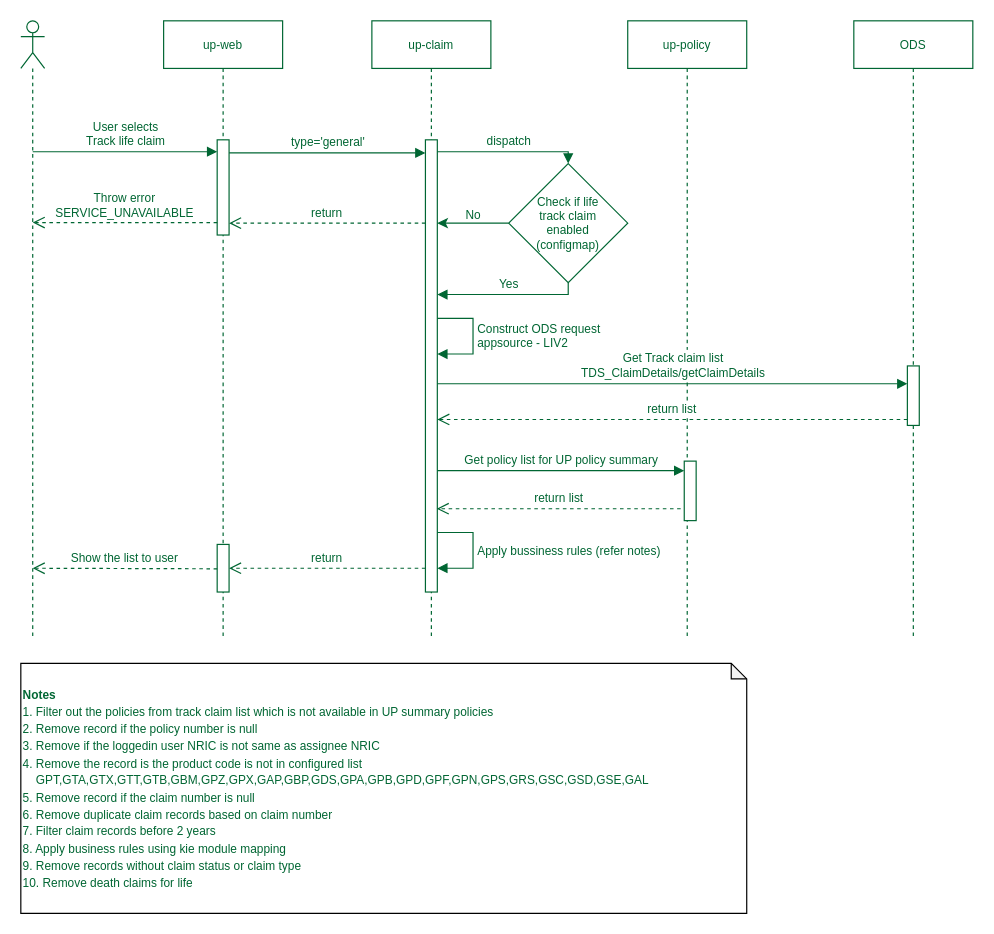
This is page "General" (2 of 3) of Track-claim.drawio from ajeeshraj56/drawio, a draw.io file, before an edit. Source tidied: cells renumbered, new cells numbered last; positions are measured from the earlier drawing's top-left corner, leaving out a move shared by most shapes. Both pictures are drawn from the tidied source at 119%, with x=0, y=0 at pixel (20, 20).
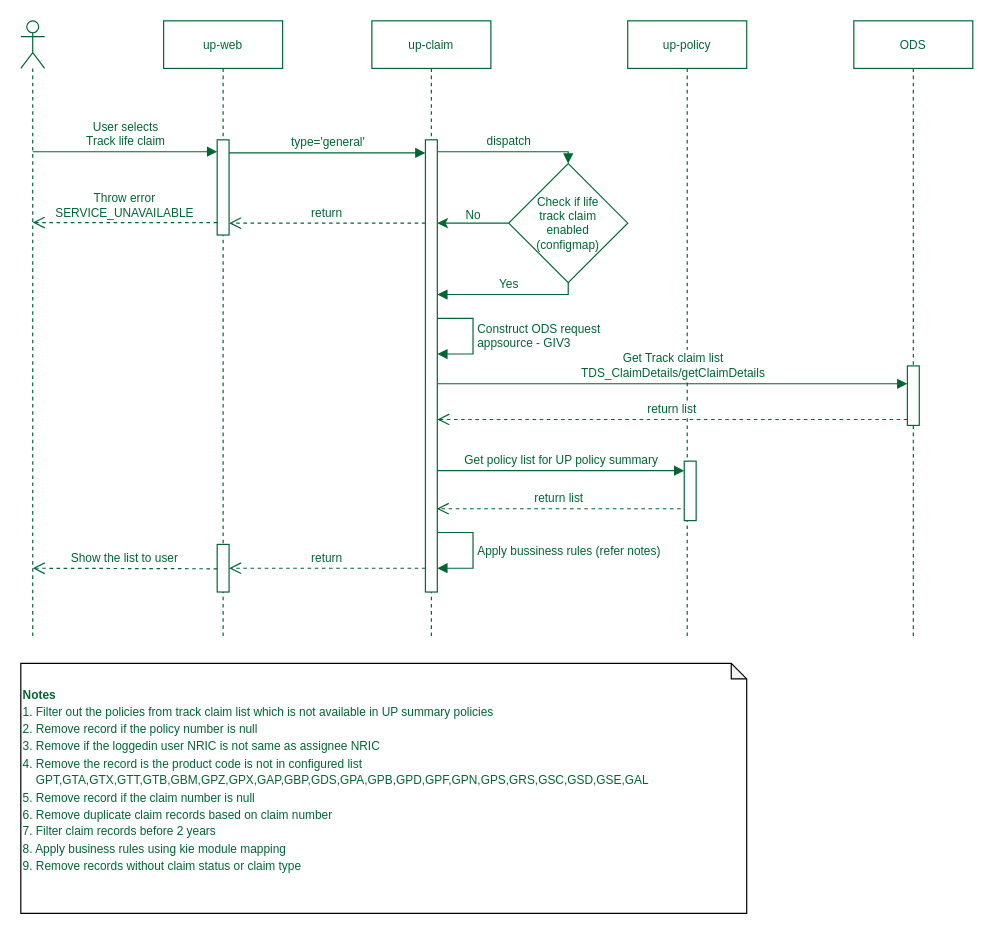
After the change.

The edit, as a diff of the source:
```diff
@@
-    <mxCell id="21" value="&lt;font style=&quot;font-size: 10px;&quot;&gt;Construct ODS request&lt;br style=&quot;font-size: 10px;&quot;&gt;appsource - LIV2&lt;/font&gt;" style="html=1;align=left;spacingLeft=2;endArrow=block;rounded=0;edgeStyle=orthogonalEdgeStyle;curved=0;rounded=0;strokeColor=#006633;fontColor=#006633;fontSize=10;" parent="1" edge="1">
+    <mxCell id="21" value="&lt;font style=&quot;font-size: 10px;&quot;&gt;Construct ODS request&lt;br style=&quot;font-size: 10px;&quot;&gt;appsource - GIV3&lt;/font&gt;" style="html=1;align=left;spacingLeft=2;endArrow=block;rounded=0;edgeStyle=orthogonalEdgeStyle;curved=0;rounded=0;strokeColor=#006633;fontColor=#006633;fontSize=10;" parent="1" edge="1">
       <mxGeometry relative="1" as="geometry">
         <mxPoint x="350" y="250" as="sourcePoint" />
         <mxPoint x="350" y="280" as="targetPoint" />
         <Array as="points">
           <mxPoint x="380" y="250" />
           <mxPoint x="380" y="280" />
         </Array>
       </mxGeometry>
     </mxCell>
@@
-    <mxCell id="29" value="&lt;font color=&quot;#006633&quot; style=&quot;font-size: 10px;&quot;&gt;&lt;b style=&quot;font-size: 10px;&quot;&gt;Notes&lt;/b&gt;&lt;br&gt;&lt;font style=&quot;font-size: 10px;&quot;&gt;1. Filter out the policies from track claim list whi&lt;span style=&quot;background-color: rgb(255, 255, 255);&quot;&gt;ch is not available in UP summary policies&lt;/span&gt;&lt;br style=&quot;border-color: var(--border-color); background-color: rgb(255, 255, 255);&quot;&gt;&lt;span style=&quot;background-color: rgb(255, 255, 255);&quot;&gt;2. Remove record if the policy number is null&lt;/span&gt;&lt;/font&gt;&lt;br&gt;&lt;span style=&quot;font-size: 10px;&quot;&gt;3. Remove if the loggedin user NRIC is not same as assignee NRIC&lt;/span&gt;&lt;br&gt;&lt;span style=&quot;font-size: 10px;&quot;&gt;4. Remove the record is the product code is not in configured list&lt;/span&gt;&lt;br&gt;&lt;span style=&quot;font-size: 10px;&quot;&gt;&amp;nbsp; &amp;nbsp; GPT,GTA,GTX,GTT,GTB,GBM,GPZ,GPX,GAP,GBP,GDS,GPA,GPB,GPD,GPF,GPN,GPS,GRS,GSC,GSD,GSE,GAL&lt;/span&gt;&lt;br&gt;&lt;span style=&quot;font-size: 10px;&quot;&gt;5.&amp;nbsp;Remove record if the claim number is null&lt;/span&gt;&lt;font style=&quot;font-size: 10px; border-color: var(--border-color);&quot;&gt;&lt;br style=&quot;border-color: var(--border-color);&quot;&gt;&lt;/font&gt;&lt;span style=&quot;font-size: 10px; border-color: var(--border-color);&quot;&gt;6.&amp;nbsp;&lt;/span&gt;&lt;span style=&quot;font-size: 10px;&quot;&gt;Remove duplicate claim records based on claim number&lt;/span&gt;&lt;br&gt;&lt;span style=&quot;font-size: 10px;&quot;&gt;7. Filter claim records before 2 years&lt;/span&gt;&lt;br&gt;&lt;span style=&quot;font-size: 10px;&quot;&gt;8. Apply business rules using kie module mapping&lt;/span&gt;&lt;br&gt;&lt;span style=&quot;font-size: 10px;&quot;&gt;9. Remove records without claim status or claim type&lt;br&gt;10&lt;/span&gt;&lt;font style=&quot;font-size: 10px;&quot;&gt;.&amp;nbsp;&lt;/font&gt;&lt;/font&gt;&lt;font style=&quot;font-size: 10px;&quot; color=&quot;#006633&quot;&gt;Remove death claims for life&amp;nbsp;&lt;/font&gt;&lt;font color=&quot;#006633&quot; style=&quot;font-size: 10px;&quot;&gt;&lt;br&gt;&lt;/font&gt;" style="shape=note;whiteSpace=wrap;html=1;backgroundOutline=1;darkOpacity=0.05;size=13;align=left;" parent="1" vertex="1">
+    <mxCell id="29" value="&lt;font color=&quot;#006633&quot; style=&quot;font-size: 10px;&quot;&gt;&lt;b style=&quot;font-size: 10px;&quot;&gt;Notes&lt;/b&gt;&lt;br&gt;&lt;font style=&quot;font-size: 10px;&quot;&gt;1. Filter out the policies from track claim list whi&lt;span style=&quot;background-color: rgb(255, 255, 255);&quot;&gt;ch is not available in UP summary policies&lt;/span&gt;&lt;br style=&quot;border-color: var(--border-color); background-color: rgb(255, 255, 255);&quot;&gt;&lt;span style=&quot;background-color: rgb(255, 255, 255);&quot;&gt;2. Remove record if the policy number is null&lt;/span&gt;&lt;/font&gt;&lt;br&gt;&lt;span style=&quot;font-size: 10px;&quot;&gt;3. Remove if the loggedin user NRIC is not same as assignee NRIC&lt;/span&gt;&lt;br&gt;&lt;span style=&quot;font-size: 10px;&quot;&gt;4. Remove the record is the product code is not in configured list&lt;/span&gt;&lt;br&gt;&lt;span style=&quot;font-size: 10px;&quot;&gt;&amp;nbsp; &amp;nbsp; GPT,GTA,GTX,GTT,GTB,GBM,GPZ,GPX,GAP,GBP,GDS,GPA,GPB,GPD,GPF,GPN,GPS,GRS,GSC,GSD,GSE,GAL&lt;/span&gt;&lt;br&gt;&lt;span style=&quot;font-size: 10px;&quot;&gt;5.&amp;nbsp;Remove record if the claim number is null&lt;/span&gt;&lt;font style=&quot;font-size: 10px; border-color: var(--border-color);&quot;&gt;&lt;br style=&quot;border-color: var(--border-color);&quot;&gt;&lt;/font&gt;&lt;span style=&quot;font-size: 10px; border-color: var(--border-color);&quot;&gt;6.&amp;nbsp;&lt;/span&gt;&lt;span style=&quot;font-size: 10px;&quot;&gt;Remove duplicate claim records based on claim number&lt;/span&gt;&lt;br&gt;&lt;span style=&quot;font-size: 10px;&quot;&gt;7. Filter claim records before 2 years&lt;/span&gt;&lt;br&gt;&lt;span style=&quot;font-size: 10px;&quot;&gt;8. Apply business rules using kie module mapping&lt;/span&gt;&lt;br&gt;&lt;span style=&quot;font-size: 10px;&quot;&gt;9. Remove records without claim status or claim type&lt;br&gt;&lt;/span&gt;&lt;/font&gt;&lt;font color=&quot;#006633&quot; style=&quot;font-size: 10px;&quot;&gt;&lt;br&gt;&lt;/font&gt;" style="shape=note;whiteSpace=wrap;html=1;backgroundOutline=1;darkOpacity=0.05;size=13;align=left;" parent="1" vertex="1">
       <mxGeometry y="540" width="610" height="210" as="geometry" />
     </mxCell>
```
